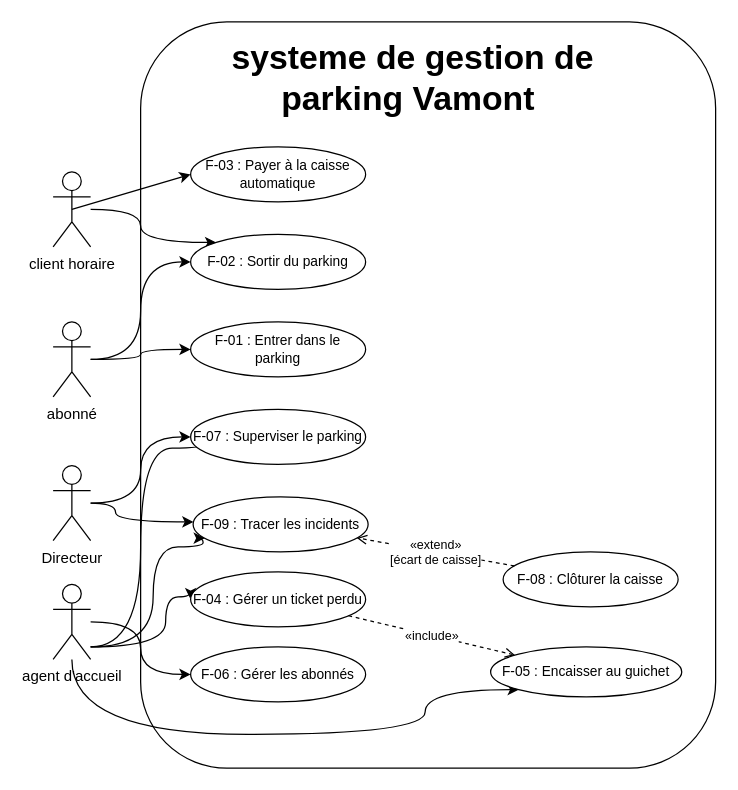
This is Liam/DIAGRAM USE CASE PARKING.drawio from maxdrk/Gestion-de-parking-2026, a draw.io file, before an edit. Source tidied: cells renumbered, new cells numbered last; positions are measured from the earlier drawing's top-left corner, leaving out a move shared by most shapes. Both pictures are drawn from the tidied source at 125%, with x=0, y=0 at pixel (52, 21).
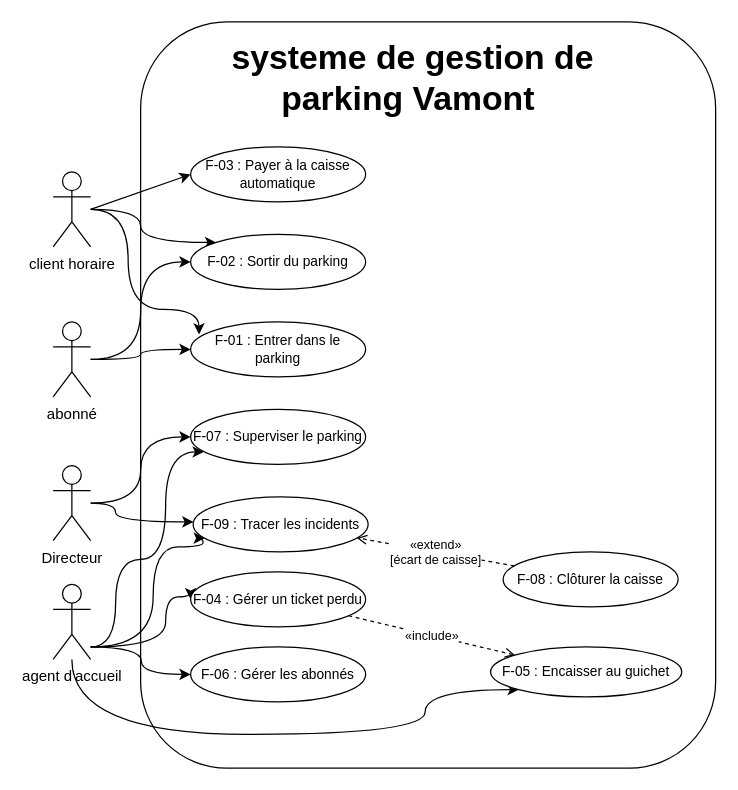
The same page after the edit.

The change refers to these unchanged cells:
```xml
<mxCell id="4" value="client horaire" style="shape=umlActor;verticalLabelPosition=bottom;verticalAlign=top;html=1;outlineConnect=0;" parent="1" vertex="1">
  <mxGeometry y="120" width="30" height="60" as="geometry" />
</mxCell>
<mxCell id="17" value="agent d'accueil" style="shape=umlActor;verticalLabelPosition=bottom;verticalAlign=top;html=1;outlineConnect=0;labelPerimeter=1;" parent="1" vertex="1">
  <mxGeometry y="450" width="30" height="60" as="geometry" />
</mxCell>
<mxCell id="18" value="F-03 : Payer à la caisse automatique" style="ellipse;whiteSpace=wrap;html=1;fontSize=11;" parent="1" vertex="1">
  <mxGeometry x="110" y="100" width="140" height="44" as="geometry" />
</mxCell>
<mxCell id="20" value="F-01 : Entrer dans le parking" style="ellipse;whiteSpace=wrap;html=1;fontSize=11;" parent="1" vertex="1">
  <mxGeometry x="110" y="240" width="140" height="44" as="geometry" />
</mxCell>
<mxCell id="21" value="F-07 : Superviser le parking" style="ellipse;whiteSpace=wrap;html=1;fontSize=11;" parent="1" vertex="1">
  <mxGeometry x="110" y="310" width="140" height="44" as="geometry" />
</mxCell>
<mxCell id="24" value="F-06 : Gérer les abonnés" style="ellipse;whiteSpace=wrap;html=1;fontSize=11;" parent="1" vertex="1">
  <mxGeometry x="110" y="500" width="140" height="44" as="geometry" />
</mxCell>
```

Change to the diagram source:
```diff
@@
+    <mxCell id="32" style="edgeStyle=orthogonalEdgeStyle;curved=1;rounded=0;curveGeometry=1;jettySize=auto;html=1;defaultLabelBackgroundColor=page;entryX=0.048;entryY=0.228;entryDx=0;entryDy=0;entryPerimeter=0;" parent="1" edge="1" source="4" target="20">
+      <mxGeometry relative="1" as="geometry">
+        <Array as="points">
+          <mxPoint x="60" y="150" />
+          <mxPoint x="60" y="230" />
+          <mxPoint x="116.7" y="230" />
+        </Array>
+      </mxGeometry>
+    </mxCell>
@@
-    <mxCell id="11" style="edgeStyle=orthogonalEdgeStyle;curved=1;rounded=0;curveGeometry=1;jettySize=auto;html=1;defaultLabelBackgroundColor=page;entryX=0.075;entryY=0.774;entryDx=0;entryDy=0;entryPerimeter=0;" parent="1" edge="1" target="21">
-      <mxGeometry x="0.2" relative="1" as="geometry">
-        <mxPoint x="30" y="500" as="sourcePoint" />
-        <Array as="points">
-          <mxPoint x="70" y="500" />
-          <mxPoint x="70" y="341" />
-        </Array>
-      </mxGeometry>
-    </mxCell>
@@
-    <mxCell id="14" style="edgeStyle=orthogonalEdgeStyle;curved=1;rounded=0;curveGeometry=1;jettySize=auto;html=1;defaultLabelBackgroundColor=page;entryX=0;entryY=0.5;entryDx=0;entryDy=0;" parent="1" edge="1" source="17" target="24">
-      <mxGeometry relative="1" as="geometry" />
+    <mxCell id="14" style="edgeStyle=orthogonalEdgeStyle;curved=1;rounded=0;curveGeometry=1;jettySize=auto;html=1;defaultLabelBackgroundColor=page;entryX=0;entryY=0.5;entryDx=0;entryDy=0;" parent="1" edge="1" target="24">
+      <mxGeometry x="-0.01" relative="1" as="geometry">
+        <mxPoint x="30" y="500" as="sourcePoint" />
+      </mxGeometry>
     </mxCell>
@@
+    <mxCell id="11" style="edgeStyle=orthogonalEdgeStyle;curved=1;rounded=0;curveGeometry=1;jettySize=auto;html=1;defaultLabelBackgroundColor=page;entryX=0.075;entryY=0.774;entryDx=0;entryDy=0;entryPerimeter=0;" parent="1" edge="1" target="21">
+      <mxGeometry x="0.22" relative="1" as="geometry">
+        <mxPoint x="30" y="500" as="sourcePoint" />
+        <Array as="points">
+          <mxPoint x="50" y="500" />
+          <mxPoint x="50" y="430" />
+          <mxPoint x="90" y="430" />
+          <mxPoint x="90" y="344.1" />
+        </Array>
+      </mxGeometry>
+    </mxCell>
@@
-    <mxCell id="25" style="endArrow=classic;html=1;rounded=0;defaultLabelBackgroundColor=page;exitX=0.5;exitY=0.5;exitDx=0;exitDy=0;exitPerimeter=0;entryX=0;entryY=0.5;entryDx=0;entryDy=0;" parent="1" edge="1" source="4" target="18">
-      <mxGeometry relative="1" as="geometry" />
+    <mxCell id="25" style="endArrow=classic;html=1;rounded=0;defaultLabelBackgroundColor=page;entryX=0;entryY=0.5;entryDx=0;entryDy=0;" parent="1" edge="1" target="18">
+      <mxGeometry relative="1" as="geometry">
+        <mxPoint x="30" y="150" as="sourcePoint" />
+      </mxGeometry>
     </mxCell>
```
